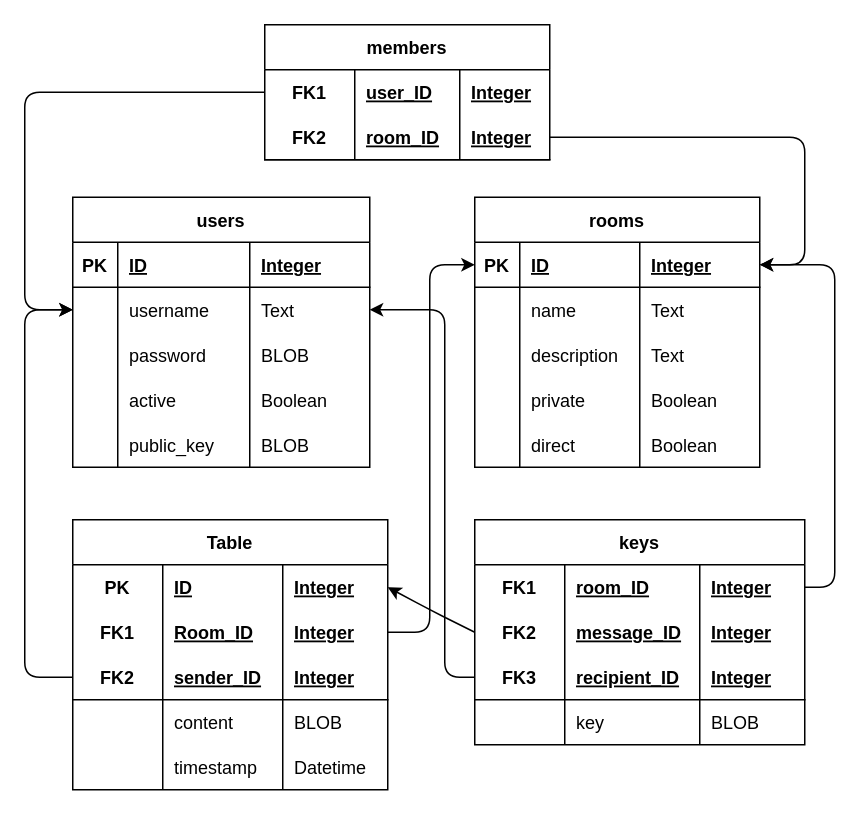
The draw.io diagram database.drawio in thebaconfate/Security-in-computing--insecure-chat, before the edit. Source tidied: cells renumbered, new cells numbered last; positions are measured from the earlier drawing's top-left corner, leaving out a move shared by most shapes. Both pictures are drawn from the tidied source at 150%, with x=0, y=0 at pixel (24, 24).
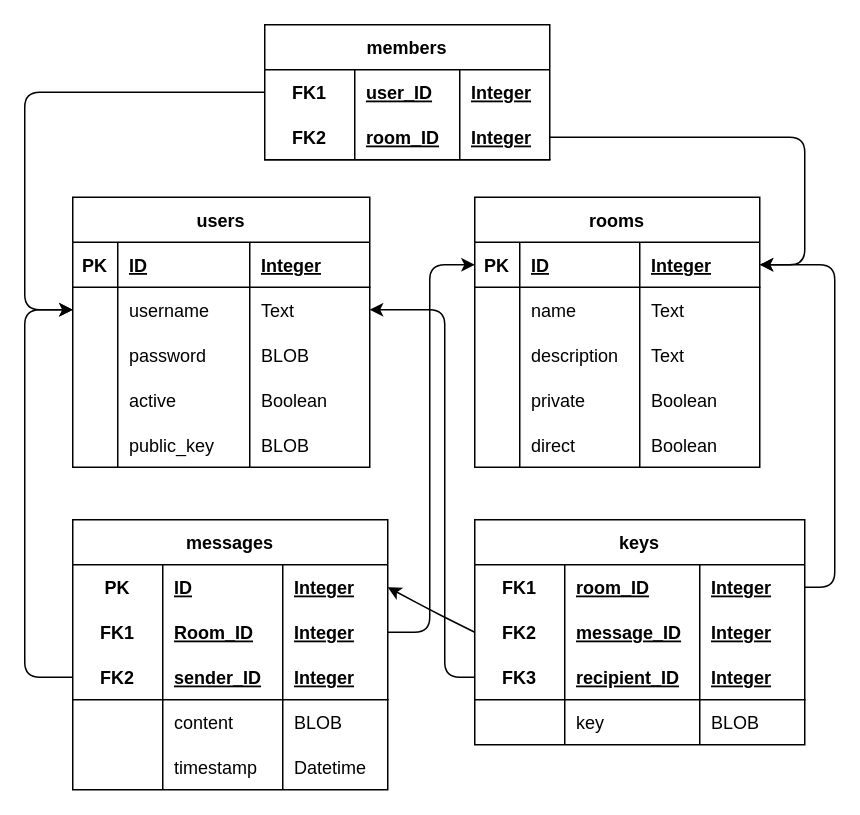
The same diagram, later.

Diff of the diagram source:
```diff
@@
-    <mxCell id="55" value="Table" style="shape=table;startSize=30;childLayout=tableLayout;rowLines=0;fontStyle=1;align=center;labelBorderColor=none;" parent="1" vertex="1">
+    <mxCell id="55" value="messages" style="shape=table;startSize=30;childLayout=tableLayout;rowLines=0;fontStyle=1;align=center;labelBorderColor=none;" parent="1" vertex="1">
       <mxGeometry x="32" y="330" width="210" height="180" as="geometry" />
     </mxCell>
```
